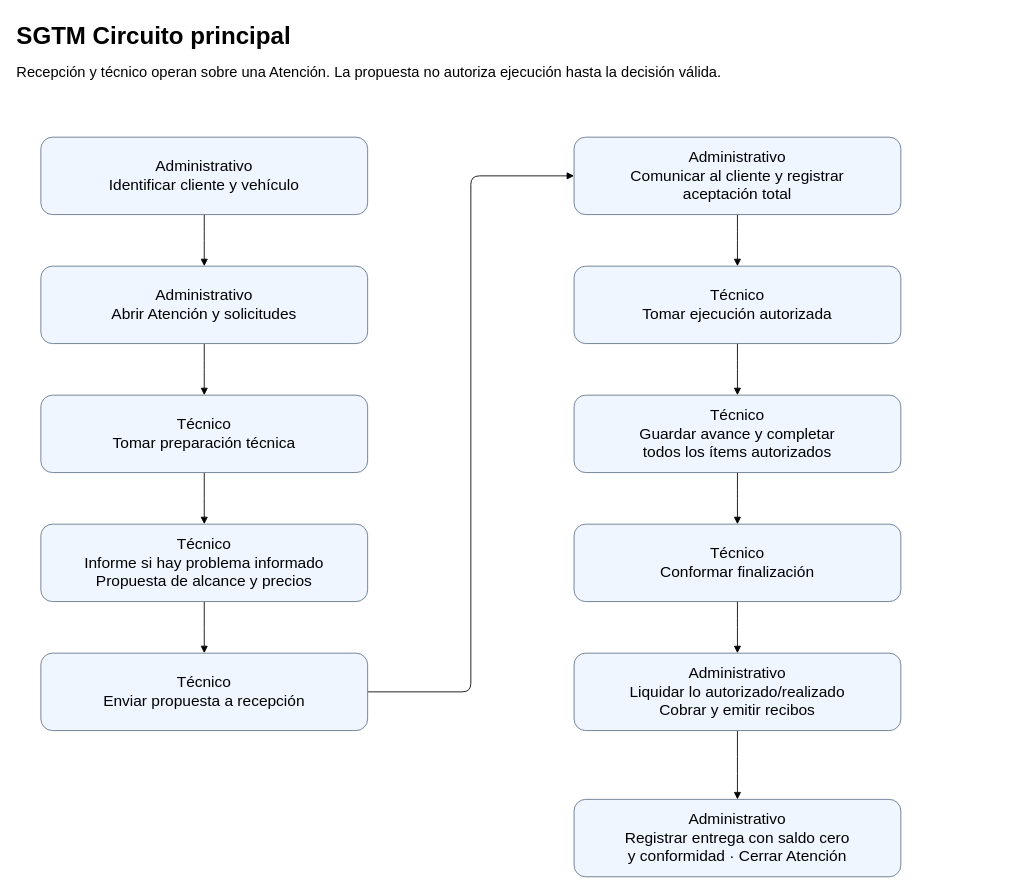
Above: page "Circuito principal" (4 of 9) of docs/diagramas/CU-Flujos-Arquitectura-v2.0.drawio in EnriqueRTG/taller-mecanico (draw.io), before the change. Source tidied: cells renumbered, new cells numbered last; positions are measured from the earlier drawing's top-left corner, leaving out a move shared by most shapes. Both pictures are drawn from the tidied source at 86%, with x=0, y=0 at pixel (15, 15).
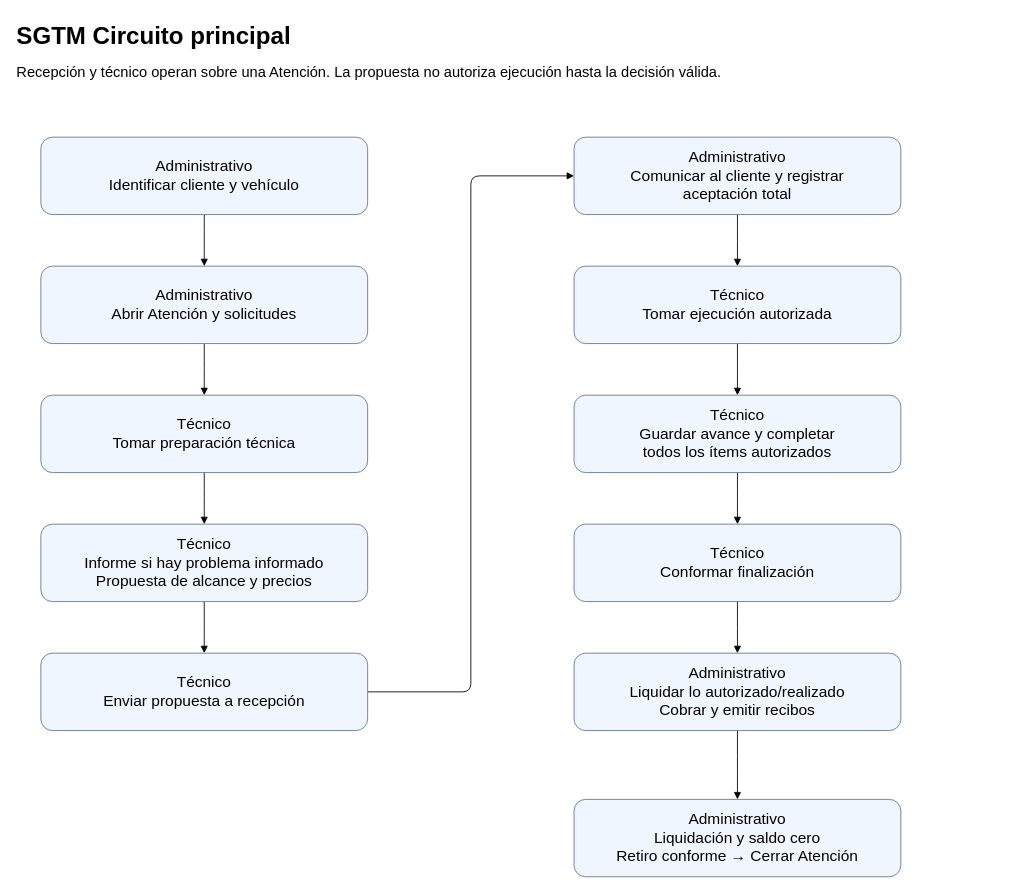
Above is the later version.

Commit message (it also covers changes not shown here):
Alinea la documentación y los diagramas con el SGTM implementado

What changed in the source:
```diff
@@
-    <mxCell id="24" value="Administrativo&#10;Registrar entrega con saldo cero&#10;y conformidad · Cerrar Atención" style="html=0;whiteSpace=wrap;fontSize=18;fillColor=#eff6ff;strokeColor=#64748b;rounded=1;" parent="1" vertex="1">
+    <mxCell id="24" value="Administrativo&#10;Liquidación y saldo cero&#10;Retiro conforme → Cerrar Atención" style="html=0;whiteSpace=wrap;fontSize=18;fillColor=#eff6ff;strokeColor=#64748b;rounded=1;" parent="1" vertex="1">
       <mxGeometry x="650" y="912" width="380" height="90" as="geometry" />
     </mxCell>
```
